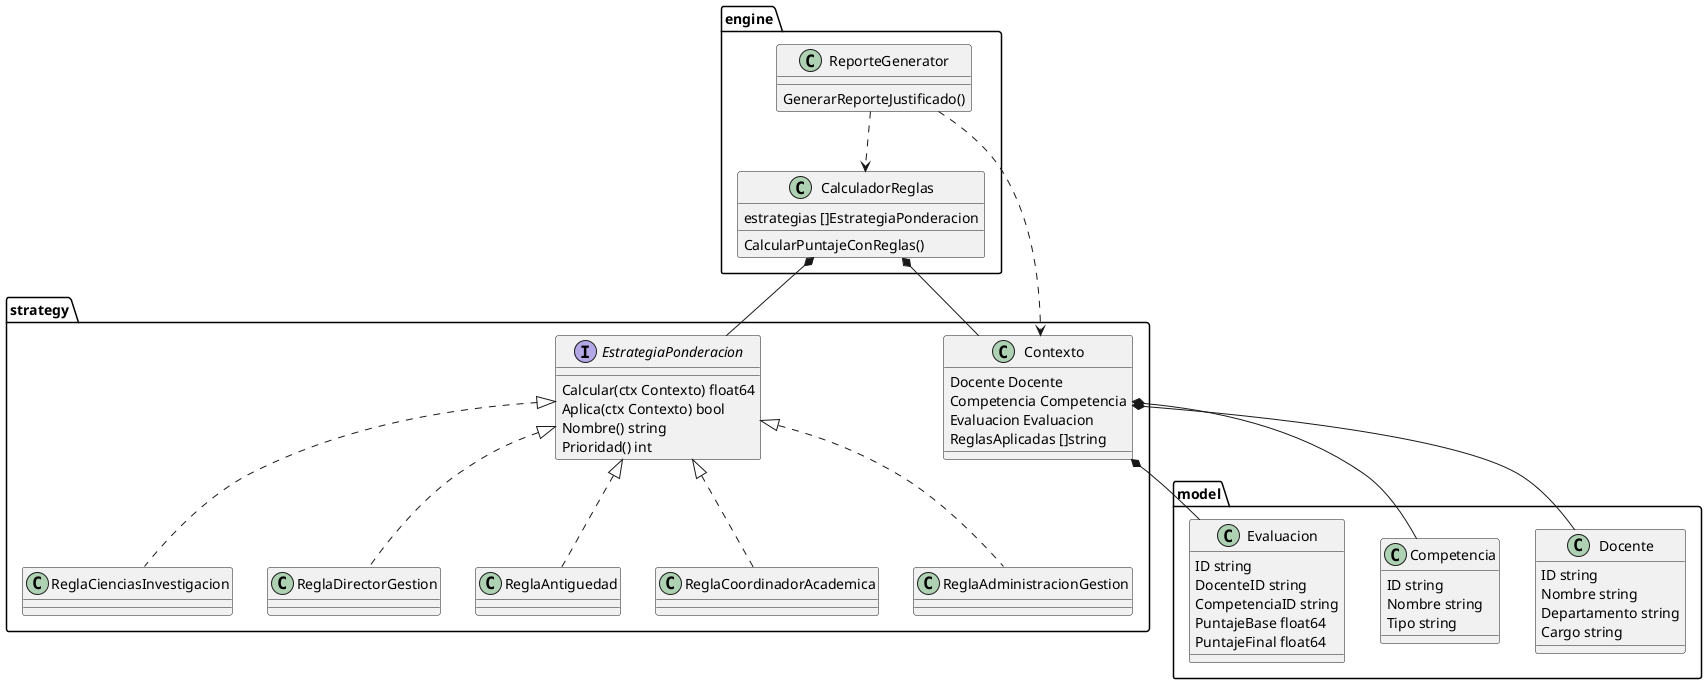
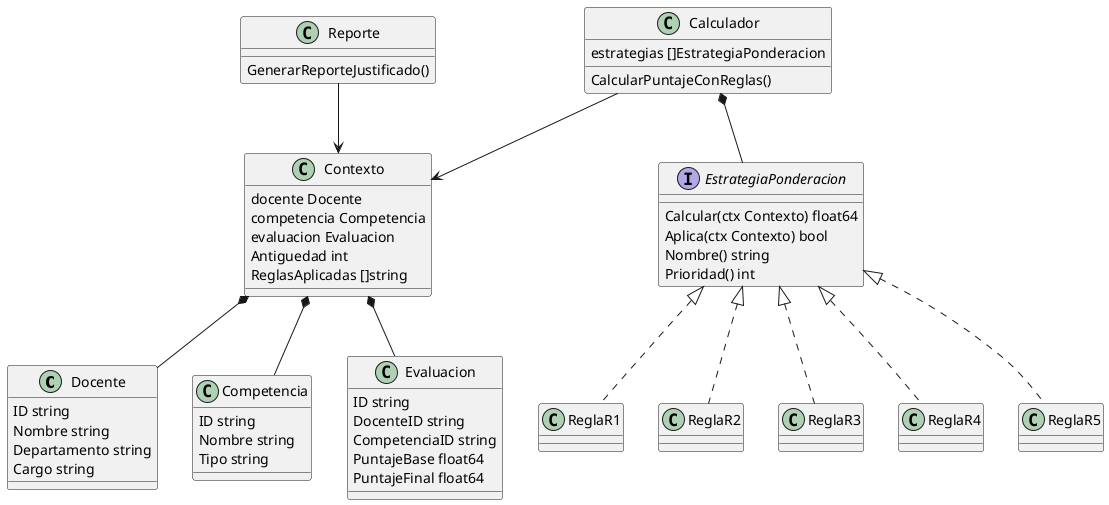
@startuml
- package "model" {

class Docente {
    ID string
    Nombre string
    Departamento string
    Cargo string
}

class Competencia {
    ID string
    Nombre string
    Tipo string
}

class Evaluacion {
    ID string
    DocenteID string
    CompetenciaID string
    PuntajeBase float64
    PuntajeFinal float64
}

- }
- 
- package "strategy" {
- 
class Contexto {
-     Docente Docente
-     Competencia Competencia
-     Evaluacion Evaluacion
+     docente Docente
+     competencia Competencia
+     evaluacion Evaluacion
+     Antiguedad int
    ReglasAplicadas []string
}

interface EstrategiaPonderacion {
    Calcular(ctx Contexto) float64
    Aplica(ctx Contexto) bool
    Nombre() string
    Prioridad() int
}

- class ReglaCienciasInvestigacion
- class ReglaDirectorGestion
- class ReglaAntiguedad
- class ReglaCoordinadorAcademica
- class ReglaAdministracionGestion
+ class ReglaR1
+ class ReglaR2
+ class ReglaR3
+ class ReglaR4
+ class ReglaR5

- EstrategiaPonderacion <|.. ReglaCienciasInvestigacion
- EstrategiaPonderacion <|.. ReglaDirectorGestion
- EstrategiaPonderacion <|.. ReglaAntiguedad
- EstrategiaPonderacion <|.. ReglaCoordinadorAcademica
- EstrategiaPonderacion <|.. ReglaAdministracionGestion
- 
- }
- 
- package "engine" {
- 
- class CalculadorReglas {
+ class Calculador {
    estrategias []EstrategiaPonderacion
    CalcularPuntajeConReglas()
}

- class ReporteGenerator {
+ class Reporte {
    GenerarReporteJustificado()
}

- }
+ EstrategiaPonderacion <|.. ReglaR1
+ EstrategiaPonderacion <|.. ReglaR2
+ EstrategiaPonderacion <|.. ReglaR3
+ EstrategiaPonderacion <|.. ReglaR4
+ EstrategiaPonderacion <|.. ReglaR5

- CalculadorReglas *-- EstrategiaPonderacion
- CalculadorReglas *-- Contexto
+ Calculador *-- EstrategiaPonderacion
+ Calculador --> Contexto
+ Reporte --> Contexto

Contexto *-- Docente
Contexto *-- Competencia
Contexto *-- Evaluacion

- ReporteGenerator ..> CalculadorReglas
- ReporteGenerator ..> Contexto
- 
- @enduml+ @enduml
